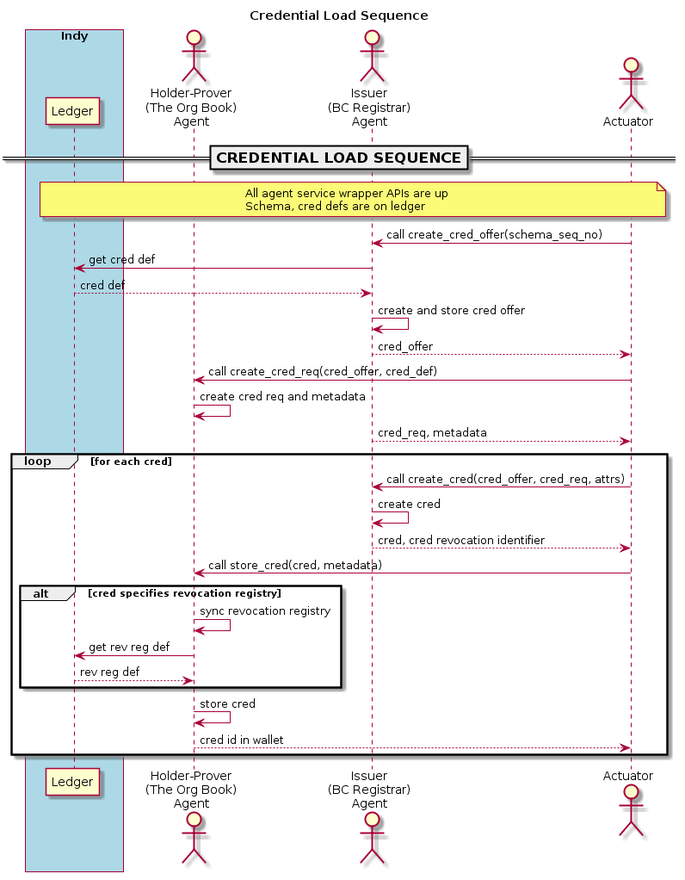
The PlantUML diagram doc/pic/cred-load.png in PSPC-SPAC-buyandsell/von_base, before a commit.
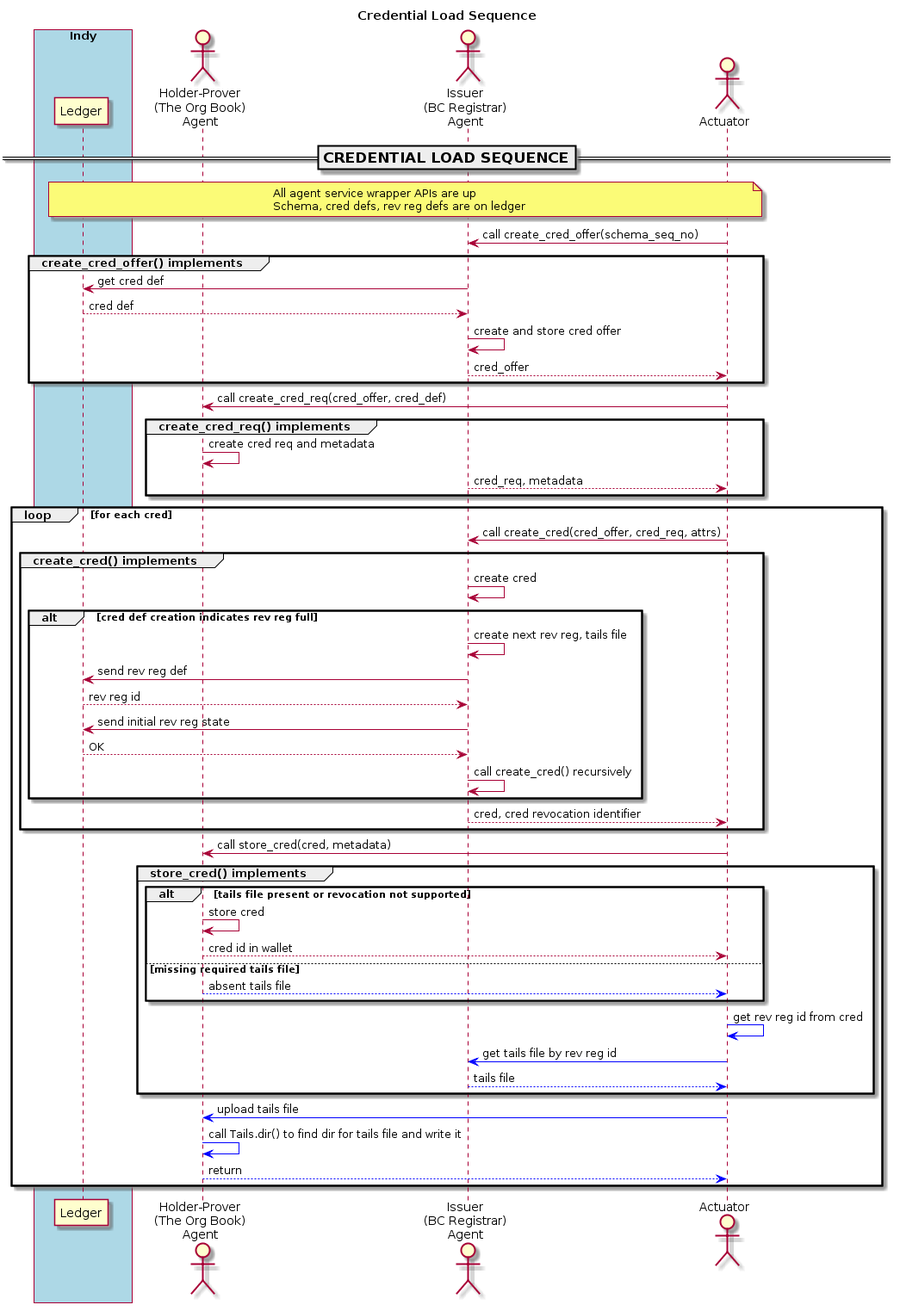
The same file after the commit.

Change to the diagram source:
```diff
@@ -17,30 +17,52 @@
 
 note over ledger, ator
 All agent service wrapper APIs are up
-Schema, cred defs are on ledger
+Schema, cred defs, rev reg defs are on ledger
 endnote
 
 ator -> bcrag: call create_cred_offer(schema_seq_no)
-bcrag -> ledger: get cred def
-ledger --> bcrag: cred def
-bcrag -> bcrag: create and store cred offer
-bcrag --> ator: cred_offer
+group create_cred_offer() implements
+    bcrag -> ledger: get cred def
+    ledger --> bcrag: cred def
+    bcrag -> bcrag: create and store cred offer
+    bcrag --> ator: cred_offer
+end
 
 ator -> obag: call create_cred_req(cred_offer, cred_def)
-obag -> obag: create cred req and metadata
-bcrag --> ator: cred_req, metadata
+group create_cred_req() implements
+    obag -> obag: create cred req and metadata
+    bcrag --> ator: cred_req, metadata
+end
 
 loop for each cred
     ator -> bcrag: call create_cred(cred_offer, cred_req, attrs)
-    bcrag -> bcrag: create cred
-    bcrag --> ator: cred, cred revocation identifier
+    group create_cred() implements
+        bcrag -> bcrag: create cred
+        alt cred def creation indicates rev reg full
+            bcrag -> bcrag: create next rev reg, tails file
+            bcrag -> ledger: send rev reg def
+            ledger --> bcrag: rev reg id
+            bcrag -> ledger: send initial rev reg state
+            ledger --> bcrag: OK
+            bcrag -> bcrag: call create_cred() recursively
+        end
+        bcrag --> ator: cred, cred revocation identifier
+    end
+
     ator -> obag: call store_cred(cred, metadata)
-    alt cred specifies revocation registry
-        obag -> obag: sync revocation registry
-        obag -> ledger: get rev reg def
-        ledger --> obag: rev reg def
+    group store_cred() implements
+        alt tails file present or revocation not supported
+            obag -> obag: store cred
+            obag --> ator: cred id in wallet
+        else missing required tails file
+            obag -[#blue]-> ator: absent tails file
+        end
+        ator -[#blue]> ator: get rev reg id from cred
+        ator -[#blue]> bcrag: get tails file by rev reg id
+        bcrag -[#blue]-> ator: tails file
     end
-    obag -> obag: store cred
-    obag --> ator: cred id in wallet
+    ator -[#blue]> obag: upload tails file
+    obag -[#blue]> obag: call Tails.dir() to find dir for tails file and write it
+    obag -[#blue]-> ator: return
 end
 @enduml
```
